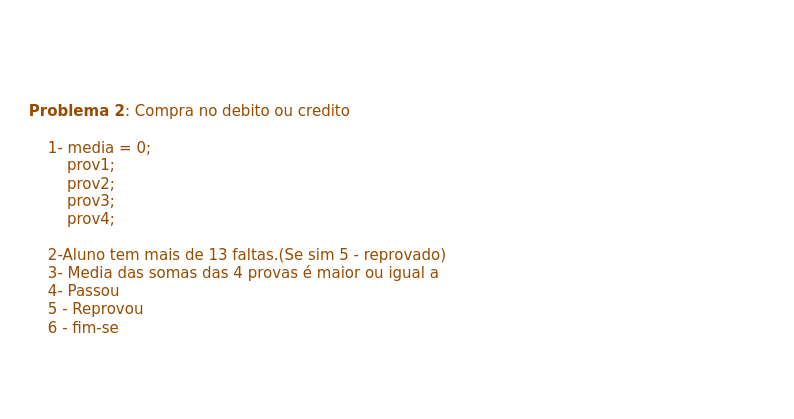
Above: Grafo de fluxo 2.drawio in JudilenaGalvao/Prova2_GQS_Q2 (draw.io), before the change. Source tidied: cells renumbered, new cells numbered last; positions are measured from the earlier drawing's top-left corner, leaving out a move shared by most shapes. Both pictures are drawn from the tidied source at 125%, with x=0, y=0 at pixel (21, 40).
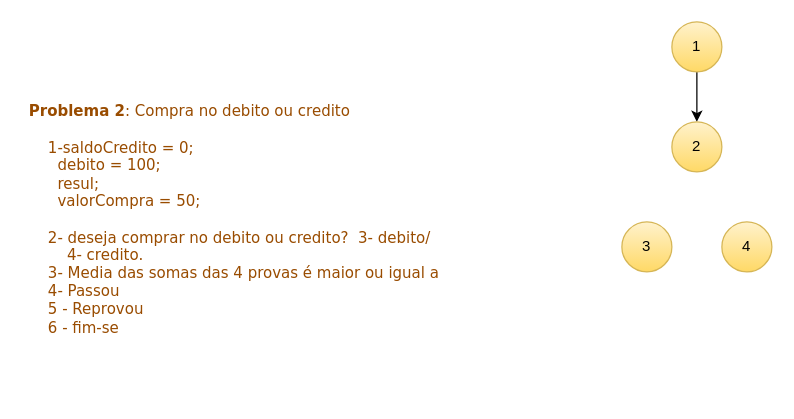
The same diagram, later.

Change to the diagram source:
```diff
@@
 <mxGraphModel>
   <root>
     <mxCell id="0" />
     <mxCell id="1" parent="0" />
-    <mxCell id="2" value="&lt;font color=&quot;#994c00&quot; face=&quot;Verdana&quot;&gt;&lt;b&gt;Problema 2&lt;/b&gt;: Compra no debito ou credito&lt;br&gt;&lt;br&gt;&lt;span style=&quot;&quot;&gt;&lt;span style=&quot;white-space: pre;&quot;&gt;&amp;nbsp;&amp;nbsp;&amp;nbsp;&amp;nbsp;&lt;/span&gt;&lt;/span&gt;1- media = 0;&lt;br&gt;&lt;span style=&quot;&quot;&gt;&lt;span style=&quot;white-space: pre;&quot;&gt;&amp;nbsp;&amp;nbsp;&amp;nbsp;&amp;nbsp;&lt;/span&gt;&lt;/span&gt;&amp;nbsp; &amp;nbsp; prov1;&lt;br&gt;&lt;span style=&quot;white-space: pre;&quot;&gt;&#9;&lt;/span&gt;prov2;&lt;br&gt;&lt;span style=&quot;white-space: pre;&quot;&gt;&#9;&lt;/span&gt;prov3;&lt;br&gt;&lt;span style=&quot;white-space: pre;&quot;&gt;&#9;&lt;/span&gt;prov4;&lt;br&gt;&lt;br&gt;&lt;span style=&quot;&quot;&gt;&lt;span style=&quot;white-space: pre;&quot;&gt;&amp;nbsp;&amp;nbsp;&amp;nbsp;&amp;nbsp;&lt;/span&gt;&lt;/span&gt;2-Aluno tem mais de 13 faltas.(Se sim 5 - reprovado)&lt;br&gt;&lt;span style=&quot;&quot;&gt;&lt;span style=&quot;white-space: pre;&quot;&gt;&amp;nbsp;&amp;nbsp;&amp;nbsp;&amp;nbsp;&lt;/span&gt;&lt;/span&gt;3- Media das somas das 4 provas é maior ou igual a&amp;nbsp;&lt;br&gt;&lt;span style=&quot;&quot;&gt;&lt;span style=&quot;white-space: pre;&quot;&gt;&amp;nbsp;&amp;nbsp;&amp;nbsp;&amp;nbsp;&lt;/span&gt;&lt;/span&gt;4- Passou&lt;br&gt;&amp;nbsp; &amp;nbsp; 5 - Reprovou&lt;br&gt;&amp;nbsp; &amp;nbsp; 6 - fim-se&lt;/font&gt;" style="text;strokeColor=none;fillColor=none;align=left;verticalAlign=middle;spacingLeft=4;spacingRight=4;overflow=hidden;whiteSpace=wrap;html=1;" parent="1" vertex="1">
+    <mxCell id="2" value="&lt;font color=&quot;#994c00&quot; face=&quot;Verdana&quot;&gt;&lt;b&gt;Problema 2&lt;/b&gt;: Compra no debito ou credito&lt;br&gt;&lt;br&gt;&lt;span style=&quot;&quot;&gt;&lt;span style=&quot;&quot;&gt;&amp;nbsp;&amp;nbsp;&amp;nbsp;&amp;nbsp;&lt;/span&gt;&lt;/span&gt;1-&lt;/font&gt;&lt;font face=&quot;Verdana&quot; color=&quot;#994c00&quot;&gt;saldoCredito = 0;&lt;/font&gt;&lt;font color=&quot;#994c00&quot; face=&quot;Verdana&quot;&gt;&lt;div&gt;&amp;nbsp;&lt;span style=&quot;&quot;&gt;&lt;span style=&quot;white-space: pre;&quot;&gt;&amp;nbsp;&amp;nbsp;&amp;nbsp;&amp;nbsp; &lt;/span&gt;&lt;/span&gt;debito = 100;&lt;/div&gt;&lt;div&gt;&amp;nbsp; &lt;span style=&quot;&quot;&gt;&lt;span style=&quot;white-space: pre;&quot;&gt;&amp;nbsp;&amp;nbsp;&amp;nbsp;&amp;nbsp;&lt;/span&gt;&lt;/span&gt;resul;&lt;/div&gt;&lt;div&gt;&amp;nbsp; &lt;span style=&quot;&quot;&gt;&lt;span style=&quot;white-space: pre;&quot;&gt;&amp;nbsp;&amp;nbsp;&amp;nbsp;&amp;nbsp;&lt;/span&gt;&lt;/span&gt;valorCompra = 50;&lt;/div&gt;&lt;br&gt;&lt;span style=&quot;&quot;&gt;&lt;span style=&quot;&quot;&gt;&amp;nbsp;&amp;nbsp;&amp;nbsp;&amp;nbsp;&lt;/span&gt;&lt;/span&gt;2- deseja comprar no debito ou credito?&amp;nbsp; 3- debito/ &lt;span style=&quot;white-space: pre;&quot;&gt;&#9;&lt;/span&gt;4-&amp;nbsp;credito.&lt;br&gt;&lt;span style=&quot;&quot;&gt;&lt;span style=&quot;&quot;&gt;&amp;nbsp;&amp;nbsp;&amp;nbsp;&amp;nbsp;&lt;/span&gt;&lt;/span&gt;3- Media das somas das 4 provas é maior ou igual a&amp;nbsp;&lt;br&gt;&lt;span style=&quot;&quot;&gt;&lt;span style=&quot;&quot;&gt;&amp;nbsp;&amp;nbsp;&amp;nbsp;&amp;nbsp;&lt;/span&gt;&lt;/span&gt;4- Passou&lt;br&gt;&amp;nbsp; &amp;nbsp; 5 - Reprovou&lt;br&gt;&amp;nbsp; &amp;nbsp; 6 - fim-se&lt;/font&gt;" style="text;strokeColor=none;fillColor=none;align=left;verticalAlign=middle;spacingLeft=4;spacingRight=4;overflow=hidden;whiteSpace=wrap;html=1;" parent="1" vertex="1">
       <mxGeometry width="350" height="285" as="geometry" />
     </mxCell>
+    <mxCell id="3" style="edgeStyle=orthogonalEdgeStyle;rounded=0;jettySize=auto;html=1;exitX=0.5;exitY=1;exitDx=0;exitDy=0;entryX=0.5;entryY=0;entryDx=0;entryDy=0;" parent="1" edge="1" source="4" target="5">
+      <mxGeometry relative="1" as="geometry" />
+    </mxCell>
+    <mxCell id="4" value="1" style="ellipse;whiteSpace=wrap;html=1;fillColor=#fff2cc;strokeColor=#d6b656;gradientColor=#ffd966;" parent="1" vertex="1">
+      <mxGeometry x="520" y="-15" width="40" height="40" as="geometry" />
+    </mxCell>
+    <mxCell id="5" value="2" style="ellipse;whiteSpace=wrap;html=1;fillColor=#fff2cc;strokeColor=#d6b656;gradientColor=#ffd966;" parent="1" vertex="1">
+      <mxGeometry x="520" y="65" width="40" height="40" as="geometry" />
+    </mxCell>
+    <mxCell id="6" value="4" style="ellipse;whiteSpace=wrap;html=1;fillColor=#fff2cc;strokeColor=#d6b656;gradientColor=#ffd966;" parent="1" vertex="1">
+      <mxGeometry x="560" y="145" width="40" height="40" as="geometry" />
+    </mxCell>
+    <mxCell id="7" value="3" style="ellipse;whiteSpace=wrap;html=1;fillColor=#fff2cc;strokeColor=#d6b656;gradientColor=#ffd966;" parent="1" vertex="1">
+      <mxGeometry x="480" y="145" width="40" height="40" as="geometry" />
+    </mxCell>
   </root>
 </mxGraphModel>
```
